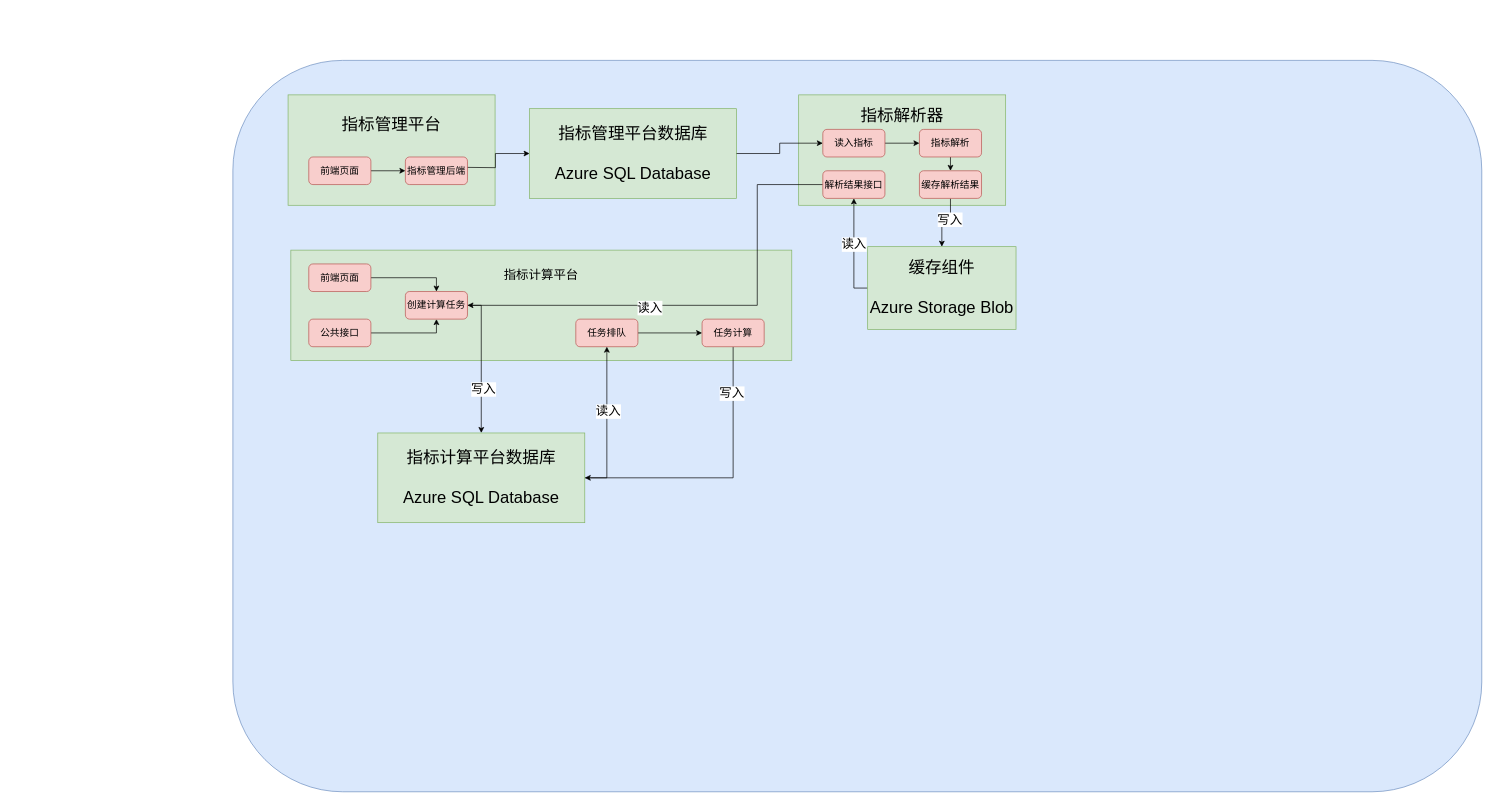
This is 架构图.drawio from EricTao2/images-repository, a draw.io file, before an edit. Source tidied: cells renumbered, new cells numbered last; positions are measured from the earlier drawing's top-left corner, leaving out a move shared by most shapes. Both pictures are drawn from the tidied source at 69%, with x=0, y=0 at pixel (233, 60).
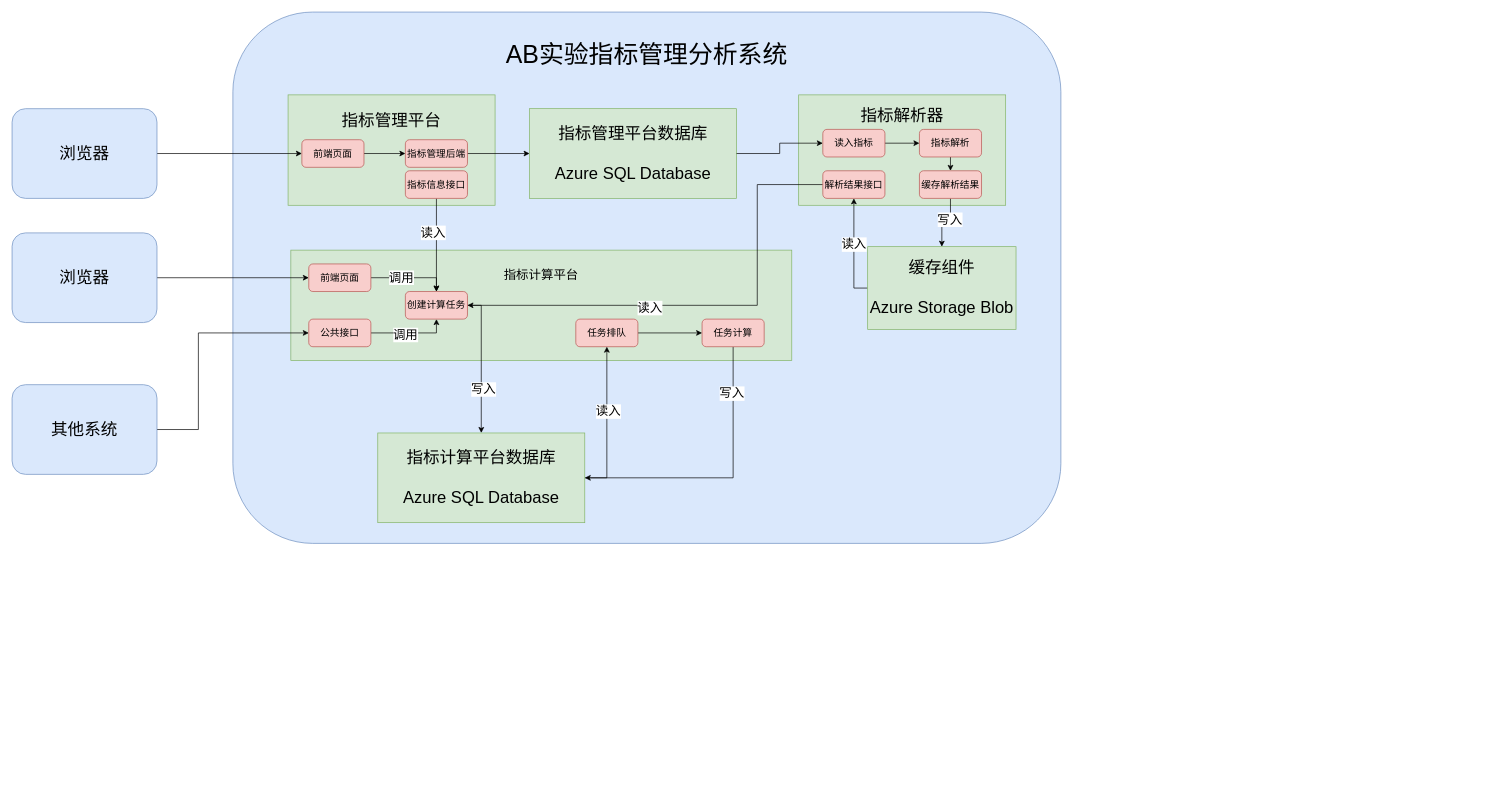
The same diagram, later.

Commit message:
更新架构图.drawio

The change refers to these unchanged cells:
```xml
<mxCell id="7" value="&lt;font style=&quot;&quot;&gt;&lt;font style=&quot;font-size: 24px;&quot;&gt;指标管理平台数据库&lt;br&gt;&lt;br&gt;Azure SQL Database&lt;/font&gt;&lt;br&gt;&lt;/font&gt;" style="rounded=0;whiteSpace=wrap;html=1;fillColor=#d5e8d4;strokeColor=#82b366;" parent="1" vertex="1">
  <mxGeometry x="430" y="70" width="300" height="130" as="geometry" />
</mxCell>
<mxCell id="24" style="edgeStyle=orthogonalEdgeStyle;rounded=0;jettySize=auto;html=1;exitX=1;exitY=0.5;exitDx=0;exitDy=0;entryX=0.5;entryY=0;entryDx=0;entryDy=0;" parent="1" edge="1" source="25" target="33">
  <mxGeometry relative="1" as="geometry" />
</mxCell>
<mxCell id="25" value="&lt;font style=&quot;font-size: 14px;&quot;&gt;前端页面&lt;/font&gt;" style="rounded=1;whiteSpace=wrap;html=1;fillColor=#f8cecc;strokeColor=#b85450;" parent="1" vertex="1">
  <mxGeometry x="110" y="295" width="90" height="40" as="geometry" />
</mxCell>
<mxCell id="26" style="edgeStyle=orthogonalEdgeStyle;rounded=0;jettySize=auto;html=1;exitX=1;exitY=0.5;exitDx=0;exitDy=0;entryX=0.5;entryY=1;entryDx=0;entryDy=0;" parent="1" edge="1" source="27" target="33">
  <mxGeometry relative="1" as="geometry" />
</mxCell>
<mxCell id="27" value="&lt;font style=&quot;font-size: 14px;&quot;&gt;公共接口&lt;/font&gt;" style="rounded=1;whiteSpace=wrap;html=1;fillColor=#f8cecc;strokeColor=#b85450;" parent="1" vertex="1">
  <mxGeometry x="110" y="375" width="90" height="40" as="geometry" />
</mxCell>
<mxCell id="33" value="&lt;font style=&quot;font-size: 14px;&quot;&gt;创建计算任务&lt;/font&gt;" style="rounded=1;whiteSpace=wrap;html=1;fillColor=#f8cecc;strokeColor=#b85450;" parent="1" vertex="1">
  <mxGeometry x="250" y="335" width="90" height="40" as="geometry" />
</mxCell>
```

Diff of the diagram source:
```diff
@@
-    <mxCell id="2" style="rounded=1;whiteSpace=wrap;html=1;fillColor=#dae8fc;strokeColor=#6c8ebf;" parent="1" vertex="1">
-      <mxGeometry width="1810" height="1060" as="geometry" />
+    <mxCell id="2" value="&lt;font style=&quot;font-size: 36px;&quot;&gt;AB&lt;span style=&quot;font-family: 宋体;&quot;&gt;实验指标管理分析系统&lt;br&gt;&lt;br&gt;&lt;br&gt;&lt;br&gt;&lt;br&gt;&lt;br&gt;&lt;br&gt;&lt;br&gt;&lt;br&gt;&lt;br&gt;&lt;br&gt;&lt;br&gt;&lt;br&gt;&lt;br&gt;&lt;br&gt;&lt;br&gt;&lt;/span&gt;&lt;/font&gt;" style="rounded=1;whiteSpace=wrap;html=1;fillColor=#dae8fc;strokeColor=#6c8ebf;" parent="1" vertex="1">
+      <mxGeometry y="-70" width="1200" height="770" as="geometry" />
     </mxCell>
-    <mxCell id="3" value="&lt;font style=&quot;&quot;&gt;&lt;font style=&quot;font-size: 24px;&quot;&gt;指标管理平台&lt;br&gt;&lt;br&gt;&lt;br&gt;&lt;/font&gt;&lt;br&gt;&lt;/font&gt;" style="rounded=0;whiteSpace=wrap;html=1;fillColor=#d5e8d4;strokeColor=#82b366;" parent="1" vertex="1">
+    <mxCell id="3" value="&lt;font style=&quot;&quot;&gt;&lt;font style=&quot;font-size: 24px;&quot;&gt;指标管理平台&lt;br&gt;&lt;br&gt;&lt;br&gt;&lt;/font&gt;&lt;br&gt;&lt;br&gt;&lt;/font&gt;" style="rounded=0;whiteSpace=wrap;html=1;fillColor=#d5e8d4;strokeColor=#82b366;" parent="1" vertex="1">
       <mxGeometry x="80" y="50" width="300" height="160" as="geometry" />
     </mxCell>
@@
     <mxCell id="5" value="&lt;font style=&quot;font-size: 14px;&quot;&gt;前端页面&lt;/font&gt;" style="rounded=1;whiteSpace=wrap;html=1;fillColor=#f8cecc;strokeColor=#b85450;" parent="1" vertex="1">
-      <mxGeometry x="110" y="140" width="90" height="40" as="geometry" />
+      <mxGeometry x="100" y="115" width="90" height="40" as="geometry" />
     </mxCell>
-    <mxCell id="6" style="edgeStyle=orthogonalEdgeStyle;rounded=0;jettySize=auto;html=1;exitX=1;exitY=0.5;exitDx=0;exitDy=0;entryX=0;entryY=0.5;entryDx=0;entryDy=0;" parent="1" edge="1" target="7">
-      <mxGeometry relative="1" as="geometry">
-        <mxPoint x="330" y="155" as="sourcePoint" />
-      </mxGeometry>
-    </mxCell>
@@
+    <mxCell id="40" style="edgeStyle=orthogonalEdgeStyle;rounded=0;jettySize=auto;html=1;exitX=1;exitY=0.5;exitDx=0;exitDy=0;entryX=0;entryY=0.5;entryDx=0;entryDy=0;" parent="1" edge="1" source="13" target="7">
+      <mxGeometry relative="1" as="geometry" />
+    </mxCell>
     <mxCell id="13" value="&lt;font style=&quot;font-size: 14px;&quot;&gt;指标管理后端&lt;/font&gt;" style="rounded=1;whiteSpace=wrap;html=1;fillColor=#f8cecc;strokeColor=#b85450;" parent="1" vertex="1">
-      <mxGeometry x="250" y="140" width="90" height="40" as="geometry" />
+      <mxGeometry x="250" y="115" width="90" height="40" as="geometry" />
     </mxCell>
@@
+    <mxCell id="41" value="&lt;font style=&quot;font-size: 18px;&quot;&gt;调用&lt;/font&gt;" style="edgeLabel;html=1;align=center;verticalAlign=middle;" parent="24" vertex="1">
+      <mxGeometry x="-0.27" y="1" relative="1" as="geometry">
+        <mxPoint x="1" as="offset" />
+      </mxGeometry>
+    </mxCell>
@@
+    <mxCell id="42" value="&lt;font style=&quot;font-size: 18px;&quot;&gt;调用&lt;/font&gt;" style="edgeLabel;html=1;align=center;verticalAlign=middle;" parent="26" vertex="1">
+      <mxGeometry x="-0.17" y="-2" relative="1" as="geometry">
+        <mxPoint x="1" as="offset" />
+      </mxGeometry>
+    </mxCell>
@@
+    <mxCell id="43" style="edgeStyle=orthogonalEdgeStyle;rounded=0;jettySize=auto;html=1;exitX=1;exitY=0.5;exitDx=0;exitDy=0;" parent="1" edge="1" source="44" target="5">
+      <mxGeometry relative="1" as="geometry" />
+    </mxCell>
+    <mxCell id="44" value="&lt;font style=&quot;font-size: 24px;&quot;&gt;浏览器&lt;br&gt;&lt;/font&gt;" style="rounded=1;whiteSpace=wrap;html=1;fillColor=#dae8fc;strokeColor=#6c8ebf;" parent="1" vertex="1">
+      <mxGeometry x="-320" y="70" width="210" height="130" as="geometry" />
+    </mxCell>
+    <mxCell id="45" style="edgeStyle=orthogonalEdgeStyle;rounded=0;jettySize=auto;html=1;exitX=0.5;exitY=1;exitDx=0;exitDy=0;entryX=0.5;entryY=0;entryDx=0;entryDy=0;" parent="1" edge="1" source="47" target="33">
+      <mxGeometry relative="1" as="geometry">
+        <Array as="points">
+          <mxPoint x="295" y="240" />
+          <mxPoint x="295" y="240" />
+        </Array>
+      </mxGeometry>
+    </mxCell>
+    <mxCell id="46" value="&lt;font style=&quot;font-size: 18px;&quot;&gt;读入&lt;/font&gt;" style="edgeLabel;html=1;align=center;verticalAlign=middle;" parent="45" vertex="1">
+      <mxGeometry x="-0.28" y="-6" relative="1" as="geometry" />
+    </mxCell>
+    <mxCell id="47" value="&lt;font style=&quot;font-size: 14px;&quot;&gt;指标信息接口&lt;/font&gt;" style="rounded=1;whiteSpace=wrap;html=1;fillColor=#f8cecc;strokeColor=#b85450;" parent="1" vertex="1">
+      <mxGeometry x="250" y="160" width="90" height="40" as="geometry" />
+    </mxCell>
+    <mxCell id="48" style="edgeStyle=orthogonalEdgeStyle;rounded=0;jettySize=auto;html=1;exitX=1;exitY=0.5;exitDx=0;exitDy=0;entryX=0;entryY=0.5;entryDx=0;entryDy=0;" parent="1" edge="1" source="49" target="25">
+      <mxGeometry relative="1" as="geometry" />
+    </mxCell>
+    <mxCell id="49" value="&lt;font style=&quot;font-size: 24px;&quot;&gt;浏览器&lt;br&gt;&lt;/font&gt;" style="rounded=1;whiteSpace=wrap;html=1;fillColor=#dae8fc;strokeColor=#6c8ebf;" parent="1" vertex="1">
+      <mxGeometry x="-320" y="250" width="210" height="130" as="geometry" />
+    </mxCell>
+    <mxCell id="50" style="edgeStyle=orthogonalEdgeStyle;rounded=0;jettySize=auto;html=1;exitX=1;exitY=0.5;exitDx=0;exitDy=0;entryX=0;entryY=0.5;entryDx=0;entryDy=0;" parent="1" edge="1" source="51" target="27">
+      <mxGeometry relative="1" as="geometry">
+        <Array as="points">
+          <mxPoint x="-50" y="535" />
+          <mxPoint x="-50" y="395" />
+        </Array>
+      </mxGeometry>
+    </mxCell>
+    <mxCell id="51" value="&lt;font style=&quot;font-size: 24px;&quot;&gt;其他系统&lt;br&gt;&lt;/font&gt;" style="rounded=1;whiteSpace=wrap;html=1;fillColor=#dae8fc;strokeColor=#6c8ebf;" parent="1" vertex="1">
+      <mxGeometry x="-320" y="470" width="210" height="130" as="geometry" />
+    </mxCell>
```
